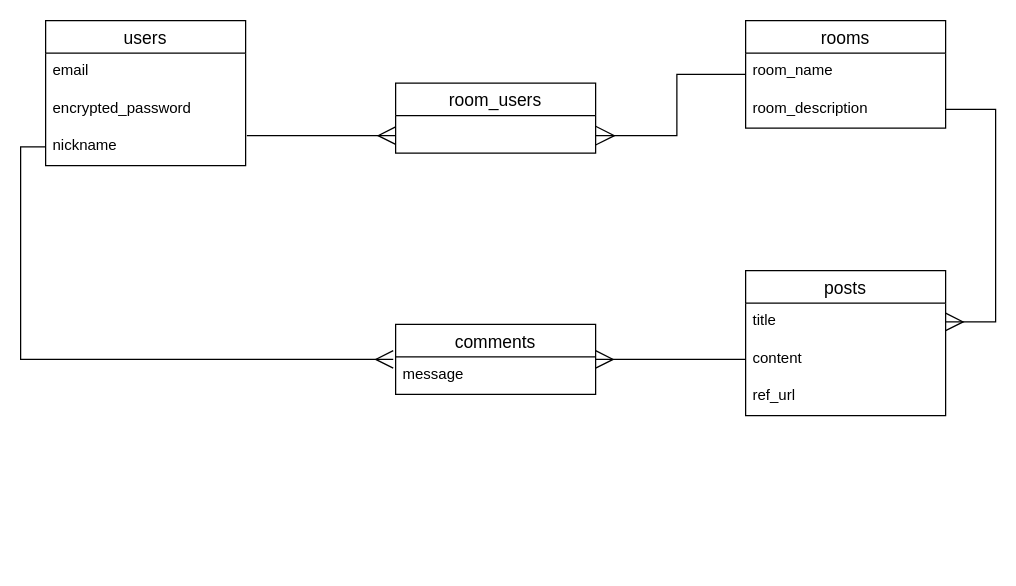
KentaHarada06/gurutto-s keeps this draw.io diagram as ER.dio. Above is the earlier version. Source tidied: cells renumbered, new cells numbered last; positions are measured from the earlier drawing's top-left corner, leaving out a move shared by most shapes. Both pictures are drawn from the tidied source at 125%, with x=0, y=0 at pixel (45, 20).
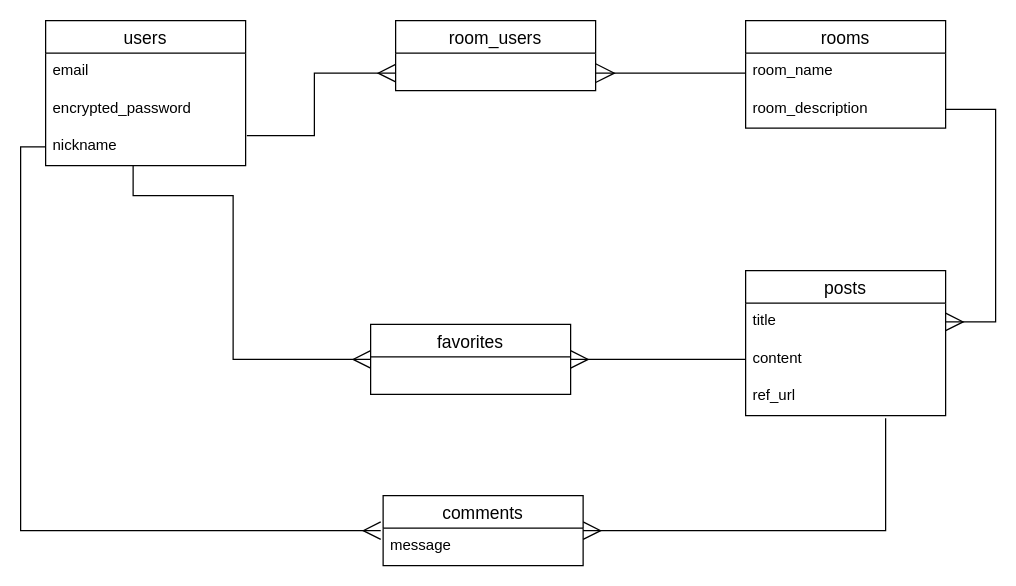
After the change.

The change refers to these unchanged cells:
```xml
<mxCell id="5" value="nickname" style="text;strokeColor=none;fillColor=none;spacingLeft=4;spacingRight=4;overflow=hidden;points=[[0,0.5],[1,0.5]];portConstraint=eastwest;fontSize=12;" parent="2" vertex="1">
  <mxGeometry y="86" width="160" height="30" as="geometry" />
</mxCell>
<mxCell id="7" value="rooms" style="swimlane;fontStyle=0;horizontal=1;startSize=26;align=center;fontSize=14;" parent="1" vertex="1">
  <mxGeometry x="560" width="160" height="86" as="geometry" />
</mxCell>
<mxCell id="12" value="content" style="text;strokeColor=none;fillColor=none;spacingLeft=4;spacingRight=4;overflow=hidden;points=[[0,0.5],[1,0.5]];portConstraint=eastwest;fontSize=12;" parent="10" vertex="1">
  <mxGeometry y="56" width="160" height="30" as="geometry" />
</mxCell>
<mxCell id="13" value="ref_url" style="text;strokeColor=none;fillColor=none;spacingLeft=4;spacingRight=4;overflow=hidden;points=[[0,0.5],[1,0.5]];portConstraint=eastwest;fontSize=12;" parent="10" vertex="1">
  <mxGeometry y="86" width="160" height="30" as="geometry" />
</mxCell>
```

Diff of the diagram source:
```diff
@@
     <mxCell id="6" style="edgeStyle=orthogonalEdgeStyle;rounded=0;jettySize=auto;html=1;exitX=1;exitY=0.75;exitDx=0;exitDy=0;endArrow=none;endFill=0;startArrow=ERmany;startFill=0;startSize=13;" parent="1" edge="1" source="20" target="7">
-      <mxGeometry relative="1" as="geometry" />
+      <mxGeometry relative="1" as="geometry">
+        <Array as="points">
+          <mxPoint x="534" y="42" />
+          <mxPoint x="534" y="42" />
+        </Array>
+      </mxGeometry>
     </mxCell>
@@
-    <mxCell id="16" style="edgeStyle=orthogonalEdgeStyle;rounded=0;jettySize=auto;html=1;exitX=0;exitY=0.5;exitDx=0;exitDy=0;endArrow=ERmany;endFill=0;endSize=12;" parent="1" edge="1" source="12" target="18">
-      <mxGeometry relative="1" as="geometry" />
+    <mxCell id="16" style="edgeStyle=orthogonalEdgeStyle;rounded=0;jettySize=auto;html=1;exitX=0.7;exitY=1.067;exitDx=0;exitDy=0;endArrow=ERmany;endFill=0;endSize=12;exitPerimeter=0;" parent="1" edge="1" source="13" target="18">
+      <mxGeometry relative="1" as="geometry">
+        <Array as="points">
+          <mxPoint x="672" y="408" />
+        </Array>
+      </mxGeometry>
     </mxCell>
@@
     <mxCell id="18" value="comments" style="swimlane;fontStyle=0;horizontal=1;startSize=26;align=center;fontSize=14;" parent="1" vertex="1">
-      <mxGeometry x="280" y="243" width="160" height="56" as="geometry" />
+      <mxGeometry x="270" y="380" width="160" height="56" as="geometry" />
     </mxCell>
@@
     <mxCell id="20" value="room_users" style="swimlane;fontStyle=0;horizontal=1;startSize=26;align=center;fontSize=14;" parent="1" vertex="1">
-      <mxGeometry x="280" y="50" width="160" height="56" as="geometry" />
+      <mxGeometry x="280" width="160" height="56" as="geometry" />
     </mxCell>
+    <mxCell id="21" style="edgeStyle=orthogonalEdgeStyle;rounded=0;jettySize=auto;html=1;entryX=0;entryY=0.5;entryDx=0;entryDy=0;endArrow=ERmany;endFill=0;strokeWidth=1;endSize=12;" parent="1" edge="1" source="5" target="23">
+      <mxGeometry relative="1" as="geometry">
+        <Array as="points">
+          <mxPoint x="70" y="140" />
+          <mxPoint x="150" y="140" />
+          <mxPoint x="150" y="271" />
+        </Array>
+      </mxGeometry>
+    </mxCell>
+    <mxCell id="22" style="edgeStyle=orthogonalEdgeStyle;rounded=0;jettySize=auto;html=1;entryX=1;entryY=0.5;entryDx=0;entryDy=0;endArrow=ERmany;endFill=0;strokeWidth=1;endSize=12;exitX=0;exitY=0.5;exitDx=0;exitDy=0;" parent="1" edge="1" source="12" target="23">
+      <mxGeometry relative="1" as="geometry">
+        <Array as="points">
+          <mxPoint x="490" y="271" />
+          <mxPoint x="490" y="271" />
+        </Array>
+      </mxGeometry>
+    </mxCell>
+    <mxCell id="23" value="favorites" style="swimlane;fontStyle=0;horizontal=1;startSize=26;align=center;fontSize=14;" parent="1" vertex="1">
+      <mxGeometry x="260" y="243" width="160" height="56" as="geometry" />
+    </mxCell>
```
